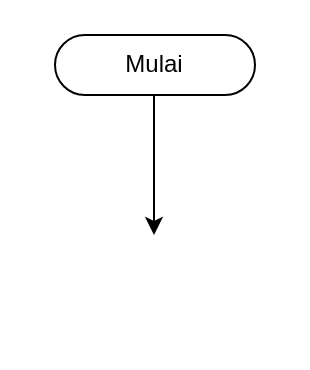
Earlier version of the draw.io diagram 2409106101_Aditya Mahyudi Ramadhan_C1'24_Posttest 5/Diagram Tanpa Judul.drawio (Adityamr2005/APD_Posttest_AdityaMahyudiRamadhan). Source tidied: cells renumbered, new cells numbered last; positions are measured from the earlier drawing's top-left corner, leaving out a move shared by most shapes. Both pictures are drawn from the tidied source at 200%, with x=0, y=0 at pixel (54, 34).
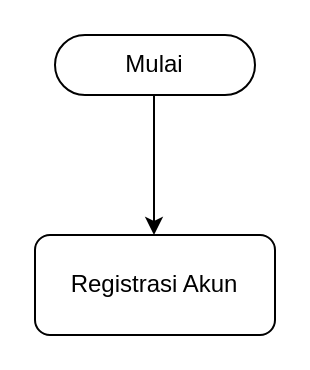
After the change.

Diff of the diagram source:
```diff
@@
 <mxGraphModel>
   <root>
     <mxCell id="0" />
     <mxCell id="1" parent="0" />
     <mxCell id="2" style="endArrow=classic;html=1;rounded=0;exitX=0.5;exitY=1;exitDx=0;exitDy=0;exitPerimeter=0;" parent="1" edge="1">
       <mxGeometry relative="1" as="geometry">
         <mxPoint x="49.5" y="30" as="sourcePoint" />
         <mxPoint x="49.5" y="100" as="targetPoint" />
       </mxGeometry>
     </mxCell>
     <mxCell id="3" value="Mulai" style="html=1;dashed=0;whiteSpace=wrap;shape=mxgraph.dfd.start;" parent="1" vertex="1">
       <mxGeometry width="100" height="30" as="geometry" />
     </mxCell>
+    <mxCell id="4" value="Registrasi Akun" style="rounded=1;whiteSpace=wrap;html=1;" parent="1" vertex="1">
+      <mxGeometry x="-10" y="100" width="120" height="50" as="geometry" />
+    </mxCell>
   </root>
 </mxGraphModel>
```
